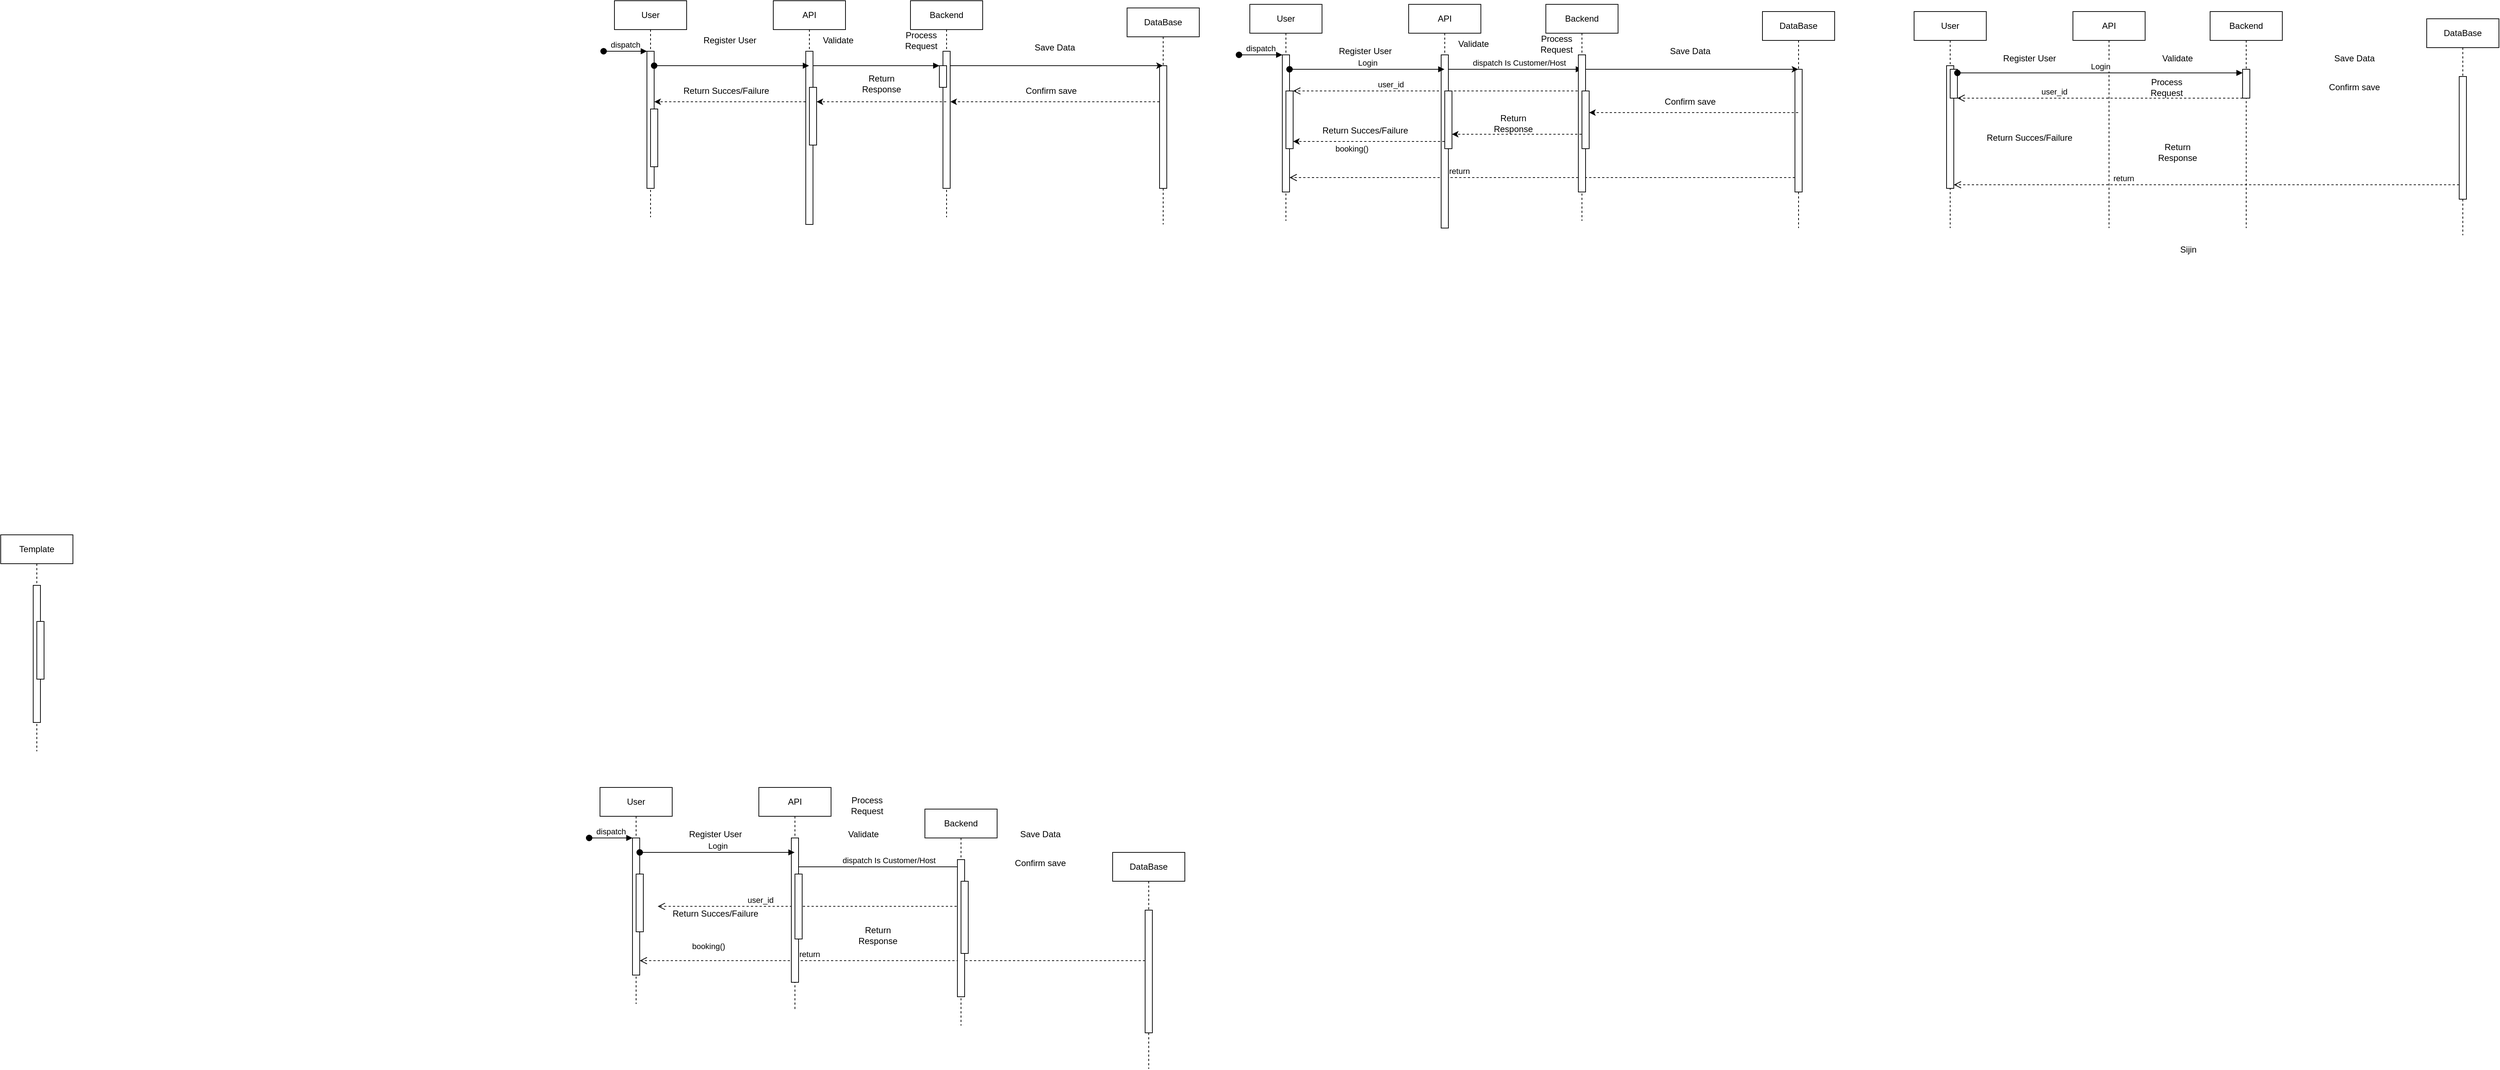
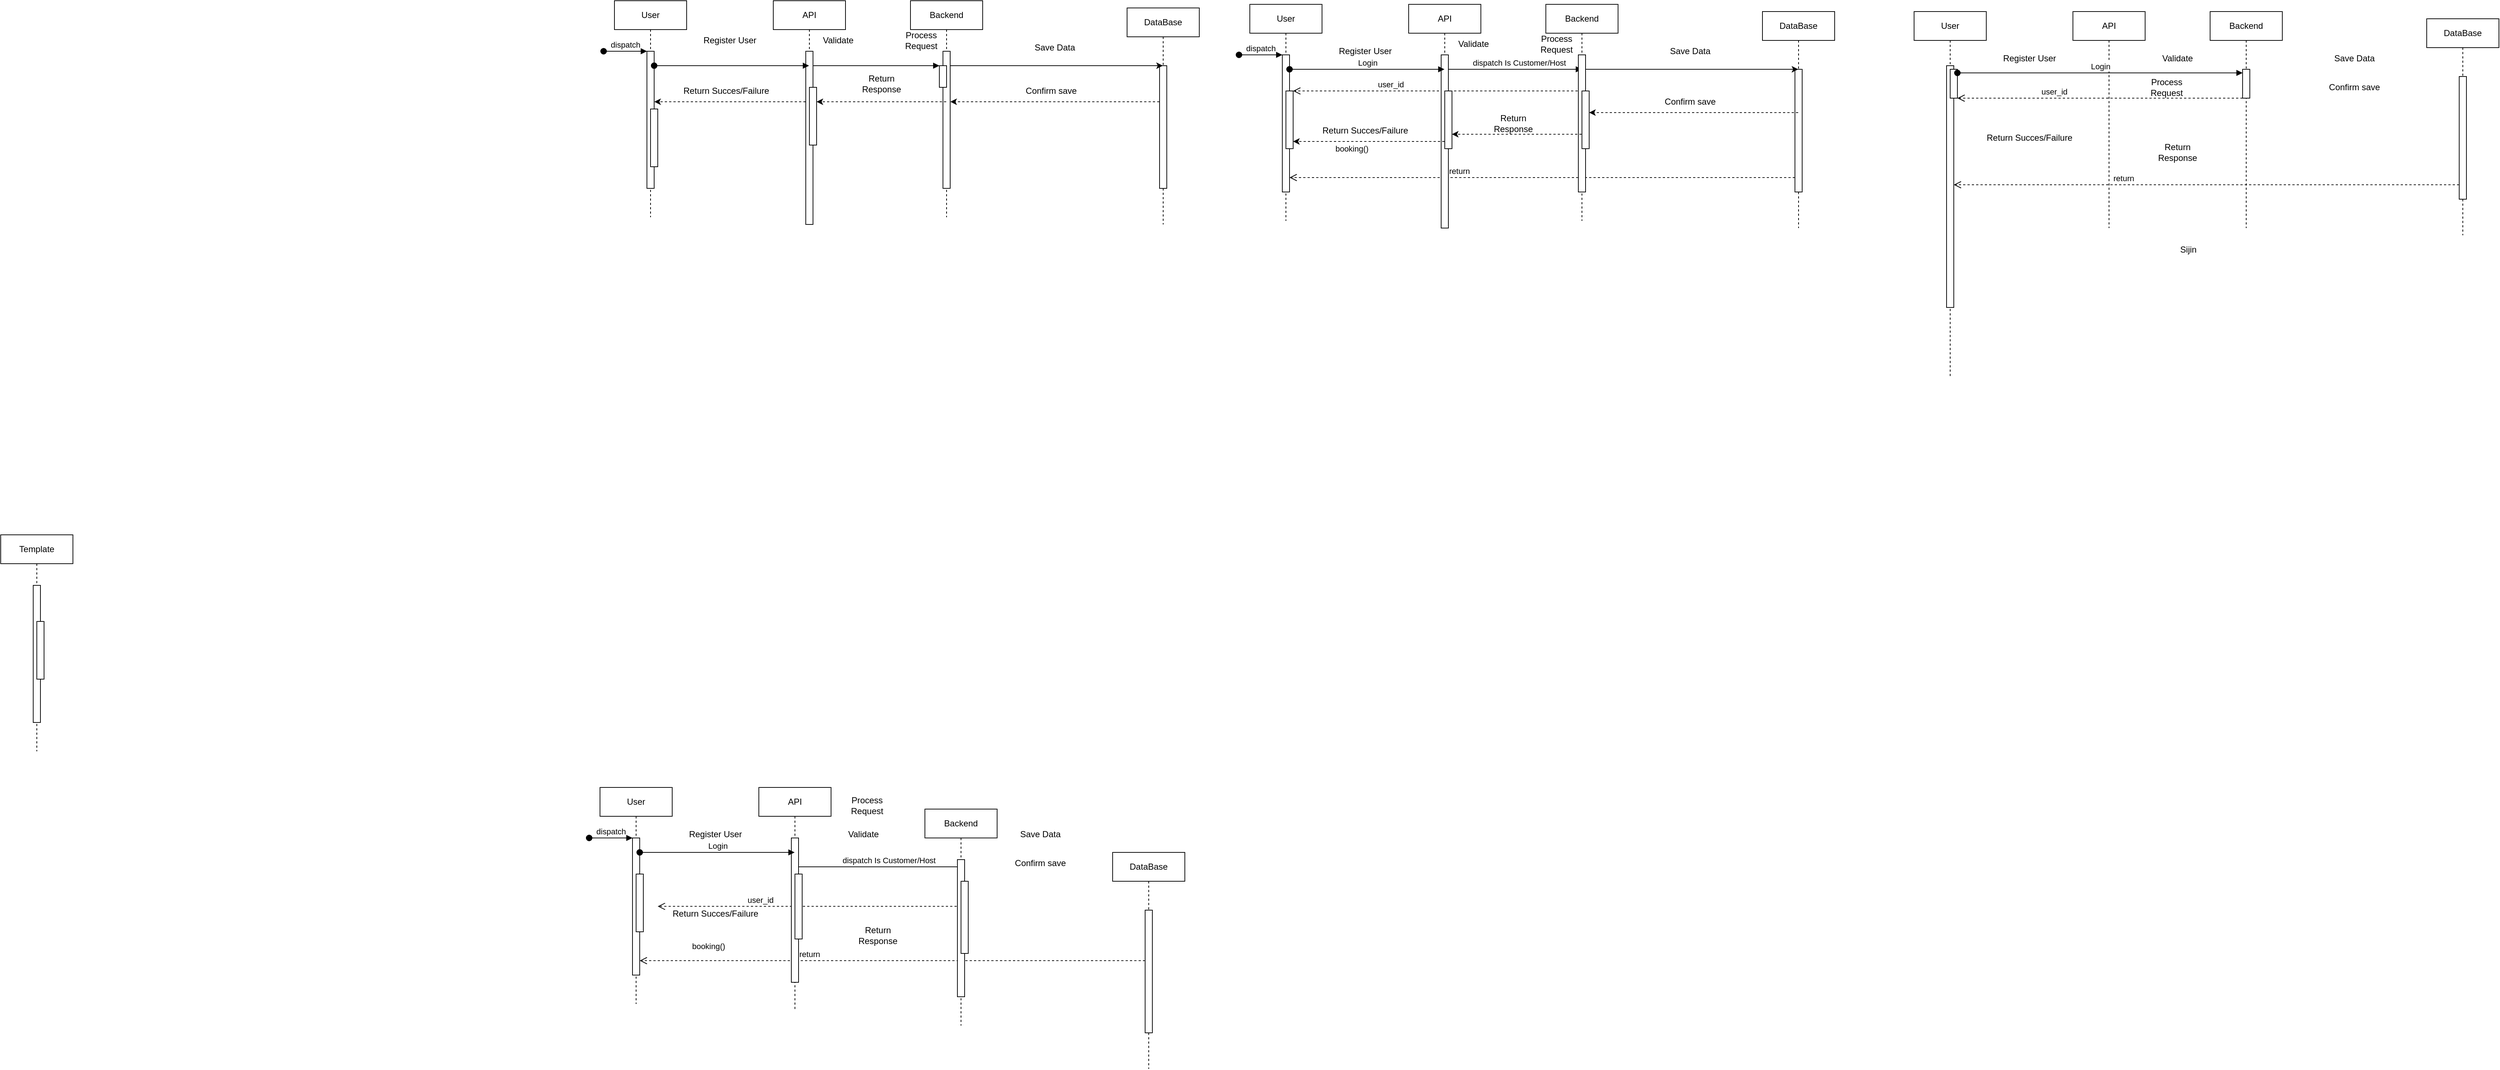
<mxfile host="app.diagrams.net" agent="5.0 (Macintosh; Intel Mac OS X 10_15_7) AppleWebKit/537.36 (KHTML, like Gecko) Chrome/109.0.0.0 Safari/537.36">
  <diagram name="Page-1" id="2YBvvXClWsGukQMizWep">
    <mxGraphModel dx="1541" dy="848" grid="1" gridSize="10" guides="1" tooltips="1" connect="1" arrows="1" fold="1" page="1" pageScale="1" pageWidth="850" pageHeight="1100" math="0" shadow="0">
      <root>
        <mxCell id="0" />
        <mxCell id="1" parent="0" />
        <mxCell id="aM9ryv3xv72pqoxQDRHE-1" parent="1" style="shape=umlLifeline;perimeter=lifelinePerimeter;whiteSpace=wrap;html=1;container=0;dropTarget=0;collapsible=0;recursiveResize=0;outlineConnect=0;portConstraint=eastwest;newEdgeStyle={&quot;edgeStyle&quot;:&quot;elbowEdgeStyle&quot;,&quot;elbow&quot;:&quot;vertical&quot;,&quot;curved&quot;:0,&quot;rounded&quot;:0};" value="User" vertex="1">
          <mxGeometry height="300" width="100" x="30" y="40" as="geometry" />
        </mxCell>
        <mxCell id="aM9ryv3xv72pqoxQDRHE-2" parent="aM9ryv3xv72pqoxQDRHE-1" style="html=1;points=[];perimeter=orthogonalPerimeter;outlineConnect=0;targetShapes=umlLifeline;portConstraint=eastwest;newEdgeStyle={&quot;edgeStyle&quot;:&quot;elbowEdgeStyle&quot;,&quot;elbow&quot;:&quot;vertical&quot;,&quot;curved&quot;:0,&quot;rounded&quot;:0};" value="" vertex="1">
          <mxGeometry height="190" width="10" x="45" y="70" as="geometry" />
        </mxCell>
        <mxCell id="aM9ryv3xv72pqoxQDRHE-3" edge="1" parent="aM9ryv3xv72pqoxQDRHE-1" style="html=1;verticalAlign=bottom;startArrow=oval;endArrow=block;startSize=8;edgeStyle=elbowEdgeStyle;elbow=vertical;curved=0;rounded=0;" target="aM9ryv3xv72pqoxQDRHE-2" value="dispatch">
          <mxGeometry relative="1" as="geometry">
            <mxPoint x="-15" y="70" as="sourcePoint" />
          </mxGeometry>
        </mxCell>
        <mxCell id="aM9ryv3xv72pqoxQDRHE-4" parent="aM9ryv3xv72pqoxQDRHE-1" style="html=1;points=[];perimeter=orthogonalPerimeter;outlineConnect=0;targetShapes=umlLifeline;portConstraint=eastwest;newEdgeStyle={&quot;edgeStyle&quot;:&quot;elbowEdgeStyle&quot;,&quot;elbow&quot;:&quot;vertical&quot;,&quot;curved&quot;:0,&quot;rounded&quot;:0};" value="" vertex="1">
          <mxGeometry height="80" width="10" x="50" y="150" as="geometry" />
        </mxCell>
        <mxCell id="aM9ryv3xv72pqoxQDRHE-5" parent="1" style="shape=umlLifeline;perimeter=lifelinePerimeter;whiteSpace=wrap;html=1;container=0;dropTarget=0;collapsible=0;recursiveResize=0;outlineConnect=0;portConstraint=eastwest;newEdgeStyle={&quot;edgeStyle&quot;:&quot;elbowEdgeStyle&quot;,&quot;elbow&quot;:&quot;vertical&quot;,&quot;curved&quot;:0,&quot;rounded&quot;:0};" value="DataBase" vertex="1">
          <mxGeometry height="300" width="100" x="740" y="50" as="geometry" />
        </mxCell>
        <mxCell id="aM9ryv3xv72pqoxQDRHE-6" parent="aM9ryv3xv72pqoxQDRHE-5" style="html=1;points=[];perimeter=orthogonalPerimeter;outlineConnect=0;targetShapes=umlLifeline;portConstraint=eastwest;newEdgeStyle={&quot;edgeStyle&quot;:&quot;elbowEdgeStyle&quot;,&quot;elbow&quot;:&quot;vertical&quot;,&quot;curved&quot;:0,&quot;rounded&quot;:0};" value="" vertex="1">
          <mxGeometry height="170" width="10" x="45" y="80" as="geometry" />
        </mxCell>
        <mxCell id="aM9ryv3xv72pqoxQDRHE-7" edge="1" parent="1" source="7Z1T8ZwHcXeBXznP6D7j-6" style="html=1;verticalAlign=bottom;endArrow=block;edgeStyle=elbowEdgeStyle;elbow=vertical;curved=0;rounded=0;" target="7Z1T8ZwHcXeBXznP6D7j-11" value="">
          <mxGeometry relative="1" x="0.0616" as="geometry">
            <mxPoint as="offset" />
            <Array as="points">
              <mxPoint x="440" y="130" />
            </Array>
            <mxPoint x="195" y="130" as="sourcePoint" />
            <mxPoint x="480" y="130" as="targetPoint" />
          </mxGeometry>
        </mxCell>
        <mxCell id="7Z1T8ZwHcXeBXznP6D7j-5" parent="1" style="shape=umlLifeline;perimeter=lifelinePerimeter;whiteSpace=wrap;html=1;container=0;dropTarget=0;collapsible=0;recursiveResize=0;outlineConnect=0;portConstraint=eastwest;newEdgeStyle={&quot;edgeStyle&quot;:&quot;elbowEdgeStyle&quot;,&quot;elbow&quot;:&quot;vertical&quot;,&quot;curved&quot;:0,&quot;rounded&quot;:0};" value="API" vertex="1">
          <mxGeometry height="300" width="100" x="250" y="40" as="geometry" />
        </mxCell>
        <mxCell id="7Z1T8ZwHcXeBXznP6D7j-6" parent="7Z1T8ZwHcXeBXznP6D7j-5" style="html=1;points=[];perimeter=orthogonalPerimeter;outlineConnect=0;targetShapes=umlLifeline;portConstraint=eastwest;newEdgeStyle={&quot;edgeStyle&quot;:&quot;elbowEdgeStyle&quot;,&quot;elbow&quot;:&quot;vertical&quot;,&quot;curved&quot;:0,&quot;rounded&quot;:0};" value="" vertex="1">
          <mxGeometry height="240" width="10" x="45" y="70" as="geometry" />
        </mxCell>
        <mxCell id="7Z1T8ZwHcXeBXznP6D7j-8" parent="7Z1T8ZwHcXeBXznP6D7j-5" style="html=1;points=[];perimeter=orthogonalPerimeter;outlineConnect=0;targetShapes=umlLifeline;portConstraint=eastwest;newEdgeStyle={&quot;edgeStyle&quot;:&quot;elbowEdgeStyle&quot;,&quot;elbow&quot;:&quot;vertical&quot;,&quot;curved&quot;:0,&quot;rounded&quot;:0};" value="" vertex="1">
          <mxGeometry height="80" width="10" x="50" y="120" as="geometry" />
        </mxCell>
        <mxCell id="7Z1T8ZwHcXeBXznP6D7j-9" parent="1" style="shape=umlLifeline;perimeter=lifelinePerimeter;whiteSpace=wrap;html=1;container=0;dropTarget=0;collapsible=0;recursiveResize=0;outlineConnect=0;portConstraint=eastwest;newEdgeStyle={&quot;edgeStyle&quot;:&quot;elbowEdgeStyle&quot;,&quot;elbow&quot;:&quot;vertical&quot;,&quot;curved&quot;:0,&quot;rounded&quot;:0};" value="&lt;div&gt;Backend&lt;/div&gt;" vertex="1">
          <mxGeometry height="300" width="100" x="440" y="40" as="geometry" />
        </mxCell>
        <mxCell id="7Z1T8ZwHcXeBXznP6D7j-10" parent="7Z1T8ZwHcXeBXznP6D7j-9" style="html=1;points=[];perimeter=orthogonalPerimeter;outlineConnect=0;targetShapes=umlLifeline;portConstraint=eastwest;newEdgeStyle={&quot;edgeStyle&quot;:&quot;elbowEdgeStyle&quot;,&quot;elbow&quot;:&quot;vertical&quot;,&quot;curved&quot;:0,&quot;rounded&quot;:0};" value="" vertex="1">
          <mxGeometry height="190" width="10" x="45" y="70" as="geometry" />
        </mxCell>
        <mxCell id="7Z1T8ZwHcXeBXznP6D7j-11" parent="7Z1T8ZwHcXeBXznP6D7j-9" style="html=1;points=[];perimeter=orthogonalPerimeter;outlineConnect=0;targetShapes=umlLifeline;portConstraint=eastwest;newEdgeStyle={&quot;edgeStyle&quot;:&quot;elbowEdgeStyle&quot;,&quot;elbow&quot;:&quot;vertical&quot;,&quot;curved&quot;:0,&quot;rounded&quot;:0};" value="" vertex="1">
          <mxGeometry height="30" width="10" x="40" y="90" as="geometry" />
        </mxCell>
        <mxCell id="7Z1T8ZwHcXeBXznP6D7j-12" parent="1" style="shape=umlLifeline;perimeter=lifelinePerimeter;whiteSpace=wrap;html=1;container=0;dropTarget=0;collapsible=0;recursiveResize=0;outlineConnect=0;portConstraint=eastwest;newEdgeStyle={&quot;edgeStyle&quot;:&quot;elbowEdgeStyle&quot;,&quot;elbow&quot;:&quot;vertical&quot;,&quot;curved&quot;:0,&quot;rounded&quot;:0};" value="Template" vertex="1">
          <mxGeometry height="300" width="100" x="-820" y="780" as="geometry" />
        </mxCell>
        <mxCell id="7Z1T8ZwHcXeBXznP6D7j-13" parent="7Z1T8ZwHcXeBXznP6D7j-12" style="html=1;points=[];perimeter=orthogonalPerimeter;outlineConnect=0;targetShapes=umlLifeline;portConstraint=eastwest;newEdgeStyle={&quot;edgeStyle&quot;:&quot;elbowEdgeStyle&quot;,&quot;elbow&quot;:&quot;vertical&quot;,&quot;curved&quot;:0,&quot;rounded&quot;:0};" value="" vertex="1">
          <mxGeometry height="190" width="10" x="45" y="70" as="geometry" />
        </mxCell>
        <mxCell id="7Z1T8ZwHcXeBXznP6D7j-14" parent="7Z1T8ZwHcXeBXznP6D7j-12" style="html=1;points=[];perimeter=orthogonalPerimeter;outlineConnect=0;targetShapes=umlLifeline;portConstraint=eastwest;newEdgeStyle={&quot;edgeStyle&quot;:&quot;elbowEdgeStyle&quot;,&quot;elbow&quot;:&quot;vertical&quot;,&quot;curved&quot;:0,&quot;rounded&quot;:0};" value="" vertex="1">
          <mxGeometry height="80" width="10" x="50" y="120" as="geometry" />
        </mxCell>
        <mxCell id="7Z1T8ZwHcXeBXznP6D7j-18" edge="1" parent="1" style="html=1;verticalAlign=bottom;startArrow=oval;endArrow=block;startSize=8;edgeStyle=elbowEdgeStyle;elbow=vertical;curved=0;rounded=0;" target="7Z1T8ZwHcXeBXznP6D7j-5" value="">
          <mxGeometry relative="1" x="-0.3939" y="10" as="geometry">
            <mxPoint as="offset" />
            <mxPoint x="85" y="130" as="sourcePoint" />
            <mxPoint x="150" y="130" as="targetPoint" />
          </mxGeometry>
        </mxCell>
        <mxCell id="D9VVy2PClrj1YHKQl20F-1" parent="1" style="text;html=1;whiteSpace=wrap;strokeColor=none;fillColor=none;align=center;verticalAlign=middle;rounded=0;" value="Register User" vertex="1">
          <mxGeometry height="30" width="100" x="140" y="80" as="geometry" />
        </mxCell>
        <mxCell id="D9VVy2PClrj1YHKQl20F-2" parent="1" style="text;html=1;whiteSpace=wrap;strokeColor=none;fillColor=none;align=center;verticalAlign=middle;rounded=0;" value="Validate" vertex="1">
          <mxGeometry height="30" width="60" x="310" y="80" as="geometry" />
        </mxCell>
        <mxCell id="D9VVy2PClrj1YHKQl20F-3" parent="1" style="text;html=1;whiteSpace=wrap;strokeColor=none;fillColor=none;align=center;verticalAlign=middle;rounded=0;" value="Process Request" vertex="1">
          <mxGeometry height="30" width="60" x="425" y="80" as="geometry" />
        </mxCell>
        <mxCell id="I_nbtK1dwFWHWanF6EMp-1" parent="1" style="text;html=1;whiteSpace=wrap;strokeColor=none;fillColor=none;align=center;verticalAlign=middle;rounded=0;" value="Save Data" vertex="1">
          <mxGeometry height="30" width="60" x="610" y="90" as="geometry" />
        </mxCell>
        <mxCell id="I_nbtK1dwFWHWanF6EMp-2" parent="1" style="text;html=1;whiteSpace=wrap;strokeColor=none;fillColor=none;align=center;verticalAlign=middle;rounded=0;" value="Confirm save" vertex="1">
          <mxGeometry height="30" width="80" x="595.25" y="150" as="geometry" />
        </mxCell>
        <mxCell id="I_nbtK1dwFWHWanF6EMp-3" parent="1" style="text;html=1;whiteSpace=wrap;strokeColor=none;fillColor=none;align=center;verticalAlign=middle;rounded=0;" value="Return Response" vertex="1">
          <mxGeometry height="30" width="60" x="370" y="140" as="geometry" />
        </mxCell>
        <mxCell id="I_nbtK1dwFWHWanF6EMp-4" parent="1" style="text;html=1;whiteSpace=wrap;strokeColor=none;fillColor=none;align=center;verticalAlign=middle;rounded=0;" value="Return Succes/Failure" vertex="1">
          <mxGeometry height="30" width="140" x="115.25" y="150" as="geometry" />
        </mxCell>
        <mxCell id="7Z1T8ZwHcXeBXznP6D7j-20" parent="1" style="shape=umlLifeline;perimeter=lifelinePerimeter;whiteSpace=wrap;html=1;container=0;dropTarget=0;collapsible=0;recursiveResize=0;outlineConnect=0;portConstraint=eastwest;newEdgeStyle={&quot;edgeStyle&quot;:&quot;elbowEdgeStyle&quot;,&quot;elbow&quot;:&quot;vertical&quot;,&quot;curved&quot;:0,&quot;rounded&quot;:0};" value="User" vertex="1">
          <mxGeometry height="300" width="100" x="10" y="1130" as="geometry" />
        </mxCell>
        <mxCell id="7Z1T8ZwHcXeBXznP6D7j-21" parent="7Z1T8ZwHcXeBXznP6D7j-20" style="html=1;points=[];perimeter=orthogonalPerimeter;outlineConnect=0;targetShapes=umlLifeline;portConstraint=eastwest;newEdgeStyle={&quot;edgeStyle&quot;:&quot;elbowEdgeStyle&quot;,&quot;elbow&quot;:&quot;vertical&quot;,&quot;curved&quot;:0,&quot;rounded&quot;:0};" value="" vertex="1">
          <mxGeometry height="190" width="10" x="45" y="70" as="geometry" />
        </mxCell>
        <mxCell id="7Z1T8ZwHcXeBXznP6D7j-22" edge="1" parent="7Z1T8ZwHcXeBXznP6D7j-20" style="html=1;verticalAlign=bottom;startArrow=oval;endArrow=block;startSize=8;edgeStyle=elbowEdgeStyle;elbow=vertical;curved=0;rounded=0;" target="7Z1T8ZwHcXeBXznP6D7j-21" value="dispatch">
          <mxGeometry relative="1" as="geometry">
            <mxPoint x="-15" y="70" as="sourcePoint" />
          </mxGeometry>
        </mxCell>
        <mxCell id="7Z1T8ZwHcXeBXznP6D7j-23" parent="7Z1T8ZwHcXeBXznP6D7j-20" style="html=1;points=[];perimeter=orthogonalPerimeter;outlineConnect=0;targetShapes=umlLifeline;portConstraint=eastwest;newEdgeStyle={&quot;edgeStyle&quot;:&quot;elbowEdgeStyle&quot;,&quot;elbow&quot;:&quot;vertical&quot;,&quot;curved&quot;:0,&quot;rounded&quot;:0};" value="" vertex="1">
          <mxGeometry height="80" width="10" x="50" y="120" as="geometry" />
        </mxCell>
        <mxCell id="_QFFP_39c0ER-aZENGy8-1" edge="1" parent="1" source="7Z1T8ZwHcXeBXznP6D7j-10" style="endArrow=classic;html=1;rounded=0;" target="aM9ryv3xv72pqoxQDRHE-5" value="">
          <mxGeometry height="50" relative="1" width="50" as="geometry">
            <Array as="points">
              <mxPoint x="650" y="130" />
            </Array>
            <mxPoint x="490" y="170" as="sourcePoint" />
            <mxPoint x="540" y="120" as="targetPoint" />
          </mxGeometry>
        </mxCell>
        <mxCell id="7Z1T8ZwHcXeBXznP6D7j-24" parent="1" style="shape=umlLifeline;perimeter=lifelinePerimeter;whiteSpace=wrap;html=1;container=0;dropTarget=0;collapsible=0;recursiveResize=0;outlineConnect=0;portConstraint=eastwest;newEdgeStyle={&quot;edgeStyle&quot;:&quot;elbowEdgeStyle&quot;,&quot;elbow&quot;:&quot;vertical&quot;,&quot;curved&quot;:0,&quot;rounded&quot;:0};" value="DataBase" vertex="1">
          <mxGeometry height="300" width="100" x="720" y="1220" as="geometry" />
        </mxCell>
        <mxCell id="7Z1T8ZwHcXeBXznP6D7j-25" parent="7Z1T8ZwHcXeBXznP6D7j-24" style="html=1;points=[];perimeter=orthogonalPerimeter;outlineConnect=0;targetShapes=umlLifeline;portConstraint=eastwest;newEdgeStyle={&quot;edgeStyle&quot;:&quot;elbowEdgeStyle&quot;,&quot;elbow&quot;:&quot;vertical&quot;,&quot;curved&quot;:0,&quot;rounded&quot;:0};" value="" vertex="1">
          <mxGeometry height="170" width="10" x="45" y="80" as="geometry" />
        </mxCell>
        <mxCell id="_QFFP_39c0ER-aZENGy8-2" edge="1" parent="1" style="endArrow=classic;html=1;rounded=0;dashed=1;" value="">
          <mxGeometry height="50" relative="1" width="50" as="geometry">
            <Array as="points">
              <mxPoint x="635.25" y="180" />
            </Array>
            <mxPoint x="784.75" y="179.9999999999999" as="sourcePoint" />
            <mxPoint x="495.25" y="179.9999999999999" as="targetPoint" />
          </mxGeometry>
        </mxCell>
        <mxCell id="7Z1T8ZwHcXeBXznP6D7j-26" edge="1" parent="1" source="7Z1T8ZwHcXeBXznP6D7j-31" style="html=1;verticalAlign=bottom;endArrow=block;edgeStyle=elbowEdgeStyle;elbow=vertical;curved=0;rounded=0;entryX=0.5;entryY=0.105;entryDx=0;entryDy=0;entryPerimeter=0;" target="7Z1T8ZwHcXeBXznP6D7j-34" value="dispatch Is Customer/Host">
          <mxGeometry relative="1" x="0.0616" as="geometry">
            <mxPoint as="offset" />
            <Array as="points">
              <mxPoint x="460" y="1240" />
            </Array>
            <mxPoint x="175" y="1220" as="sourcePoint" />
            <mxPoint x="460" y="1220" as="targetPoint" />
          </mxGeometry>
        </mxCell>
        <mxCell id="7Z1T8ZwHcXeBXznP6D7j-27" connectable="0" parent="7Z1T8ZwHcXeBXznP6D7j-26" style="edgeLabel;html=1;align=center;verticalAlign=middle;resizable=0;points=[];" value="booking()" vertex="1">
          <mxGeometry relative="1" x="-0.6283" y="3" as="geometry">
            <mxPoint x="-169" y="113" as="offset" />
          </mxGeometry>
        </mxCell>
        <mxCell id="_QFFP_39c0ER-aZENGy8-3" edge="1" parent="1" style="endArrow=classic;html=1;rounded=0;dashed=1;" value="">
          <mxGeometry height="50" relative="1" width="50" as="geometry">
            <Array as="points">
              <mxPoint x="400" y="180" />
            </Array>
            <mxPoint x="489.5" y="179.9999999999999" as="sourcePoint" />
            <mxPoint x="310" y="179.9999999999999" as="targetPoint" />
          </mxGeometry>
        </mxCell>
        <mxCell id="7Z1T8ZwHcXeBXznP6D7j-28" edge="1" parent="1" source="7Z1T8ZwHcXeBXznP6D7j-25" style="html=1;verticalAlign=bottom;endArrow=open;dashed=1;endSize=8;edgeStyle=elbowEdgeStyle;elbow=vertical;curved=0;rounded=0;" target="7Z1T8ZwHcXeBXznP6D7j-21" value="return">
          <mxGeometry relative="1" x="0.3286" as="geometry">
            <mxPoint as="offset" />
            <Array as="points">
              <mxPoint x="170" y="1370" />
            </Array>
            <mxPoint x="175" y="1295" as="targetPoint" />
          </mxGeometry>
        </mxCell>
        <mxCell id="_QFFP_39c0ER-aZENGy8-4" edge="1" parent="1" style="endArrow=classic;html=1;rounded=0;dashed=1;" value="">
          <mxGeometry height="50" relative="1" width="50" as="geometry">
            <Array as="points">
              <mxPoint x="195.25" y="180" />
            </Array>
            <mxPoint x="294.75" y="179.9999999999999" as="sourcePoint" />
            <mxPoint x="85.25" y="179.9999999999999" as="targetPoint" />
          </mxGeometry>
        </mxCell>
        <mxCell id="7Z1T8ZwHcXeBXznP6D7j-29" edge="1" parent="1" style="html=1;verticalAlign=bottom;endArrow=open;dashed=1;endSize=8;edgeStyle=elbowEdgeStyle;elbow=vertical;curved=0;rounded=0;" value="user_id">
          <mxGeometry relative="1" x="0.325" as="geometry">
            <mxPoint as="offset" />
            <Array as="points">
              <mxPoint x="450" y="1294.76" />
            </Array>
            <mxPoint x="510" y="1294.76" as="sourcePoint" />
            <mxPoint x="90" y="1294.76" as="targetPoint" />
          </mxGeometry>
        </mxCell>
        <mxCell id="_QFFP_39c0ER-aZENGy8-33" parent="1" style="shape=umlLifeline;perimeter=lifelinePerimeter;whiteSpace=wrap;html=1;container=0;dropTarget=0;collapsible=0;recursiveResize=0;outlineConnect=0;portConstraint=eastwest;newEdgeStyle={&quot;edgeStyle&quot;:&quot;elbowEdgeStyle&quot;,&quot;elbow&quot;:&quot;vertical&quot;,&quot;curved&quot;:0,&quot;rounded&quot;:0};" value="User" vertex="1">
          <mxGeometry height="300" width="100" x="910" y="45" as="geometry" />
        </mxCell>
        <mxCell id="_QFFP_39c0ER-aZENGy8-34" parent="_QFFP_39c0ER-aZENGy8-33" style="html=1;points=[];perimeter=orthogonalPerimeter;outlineConnect=0;targetShapes=umlLifeline;portConstraint=eastwest;newEdgeStyle={&quot;edgeStyle&quot;:&quot;elbowEdgeStyle&quot;,&quot;elbow&quot;:&quot;vertical&quot;,&quot;curved&quot;:0,&quot;rounded&quot;:0};" value="" vertex="1">
          <mxGeometry height="190" width="10" x="45" y="70" as="geometry" />
        </mxCell>
        <mxCell id="_QFFP_39c0ER-aZENGy8-35" edge="1" parent="_QFFP_39c0ER-aZENGy8-33" style="html=1;verticalAlign=bottom;startArrow=oval;endArrow=block;startSize=8;edgeStyle=elbowEdgeStyle;elbow=vertical;curved=0;rounded=0;" target="_QFFP_39c0ER-aZENGy8-34" value="dispatch">
          <mxGeometry relative="1" as="geometry">
            <mxPoint x="-15" y="70" as="sourcePoint" />
          </mxGeometry>
        </mxCell>
        <mxCell id="_QFFP_39c0ER-aZENGy8-36" parent="_QFFP_39c0ER-aZENGy8-33" style="html=1;points=[];perimeter=orthogonalPerimeter;outlineConnect=0;targetShapes=umlLifeline;portConstraint=eastwest;newEdgeStyle={&quot;edgeStyle&quot;:&quot;elbowEdgeStyle&quot;,&quot;elbow&quot;:&quot;vertical&quot;,&quot;curved&quot;:0,&quot;rounded&quot;:0};" value="" vertex="1">
          <mxGeometry height="80" width="10" x="50" y="120" as="geometry" />
        </mxCell>
        <mxCell id="7Z1T8ZwHcXeBXznP6D7j-30" parent="1" style="shape=umlLifeline;perimeter=lifelinePerimeter;whiteSpace=wrap;html=1;container=0;dropTarget=0;collapsible=0;recursiveResize=0;outlineConnect=0;portConstraint=eastwest;newEdgeStyle={&quot;edgeStyle&quot;:&quot;elbowEdgeStyle&quot;,&quot;elbow&quot;:&quot;vertical&quot;,&quot;curved&quot;:0,&quot;rounded&quot;:0};" value="API" vertex="1">
          <mxGeometry height="310" width="100" x="230" y="1130" as="geometry" />
        </mxCell>
        <mxCell id="7Z1T8ZwHcXeBXznP6D7j-31" parent="7Z1T8ZwHcXeBXznP6D7j-30" style="html=1;points=[];perimeter=orthogonalPerimeter;outlineConnect=0;targetShapes=umlLifeline;portConstraint=eastwest;newEdgeStyle={&quot;edgeStyle&quot;:&quot;elbowEdgeStyle&quot;,&quot;elbow&quot;:&quot;vertical&quot;,&quot;curved&quot;:0,&quot;rounded&quot;:0};" value="" vertex="1">
          <mxGeometry height="200" width="10" x="45" y="70" as="geometry" />
        </mxCell>
        <mxCell id="7Z1T8ZwHcXeBXznP6D7j-32" parent="7Z1T8ZwHcXeBXznP6D7j-30" style="html=1;points=[];perimeter=orthogonalPerimeter;outlineConnect=0;targetShapes=umlLifeline;portConstraint=eastwest;newEdgeStyle={&quot;edgeStyle&quot;:&quot;elbowEdgeStyle&quot;,&quot;elbow&quot;:&quot;vertical&quot;,&quot;curved&quot;:0,&quot;rounded&quot;:0};" value="" vertex="1">
          <mxGeometry height="90" width="10" x="50" y="120" as="geometry" />
        </mxCell>
        <mxCell id="_QFFP_39c0ER-aZENGy8-37" parent="1" style="shape=umlLifeline;perimeter=lifelinePerimeter;whiteSpace=wrap;html=1;container=0;dropTarget=0;collapsible=0;recursiveResize=0;outlineConnect=0;portConstraint=eastwest;newEdgeStyle={&quot;edgeStyle&quot;:&quot;elbowEdgeStyle&quot;,&quot;elbow&quot;:&quot;vertical&quot;,&quot;curved&quot;:0,&quot;rounded&quot;:0};" value="DataBase" vertex="1">
          <mxGeometry height="300" width="100" x="1620" y="55" as="geometry" />
        </mxCell>
        <mxCell id="_QFFP_39c0ER-aZENGy8-38" parent="_QFFP_39c0ER-aZENGy8-37" style="html=1;points=[];perimeter=orthogonalPerimeter;outlineConnect=0;targetShapes=umlLifeline;portConstraint=eastwest;newEdgeStyle={&quot;edgeStyle&quot;:&quot;elbowEdgeStyle&quot;,&quot;elbow&quot;:&quot;vertical&quot;,&quot;curved&quot;:0,&quot;rounded&quot;:0};" value="" vertex="1">
          <mxGeometry height="170" width="10" x="45" y="80" as="geometry" />
        </mxCell>
        <mxCell id="7Z1T8ZwHcXeBXznP6D7j-33" parent="1" style="shape=umlLifeline;perimeter=lifelinePerimeter;whiteSpace=wrap;html=1;container=0;dropTarget=0;collapsible=0;recursiveResize=0;outlineConnect=0;portConstraint=eastwest;newEdgeStyle={&quot;edgeStyle&quot;:&quot;elbowEdgeStyle&quot;,&quot;elbow&quot;:&quot;vertical&quot;,&quot;curved&quot;:0,&quot;rounded&quot;:0};" value="&lt;div&gt;Backend&lt;/div&gt;" vertex="1">
          <mxGeometry height="300" width="100" x="460" y="1160" as="geometry" />
        </mxCell>
        <mxCell id="7Z1T8ZwHcXeBXznP6D7j-34" parent="7Z1T8ZwHcXeBXznP6D7j-33" style="html=1;points=[];perimeter=orthogonalPerimeter;outlineConnect=0;targetShapes=umlLifeline;portConstraint=eastwest;newEdgeStyle={&quot;edgeStyle&quot;:&quot;elbowEdgeStyle&quot;,&quot;elbow&quot;:&quot;vertical&quot;,&quot;curved&quot;:0,&quot;rounded&quot;:0};" value="" vertex="1">
          <mxGeometry height="190" width="10" x="45" y="70" as="geometry" />
        </mxCell>
        <mxCell id="7Z1T8ZwHcXeBXznP6D7j-35" parent="7Z1T8ZwHcXeBXznP6D7j-33" style="html=1;points=[];perimeter=orthogonalPerimeter;outlineConnect=0;targetShapes=umlLifeline;portConstraint=eastwest;newEdgeStyle={&quot;edgeStyle&quot;:&quot;elbowEdgeStyle&quot;,&quot;elbow&quot;:&quot;vertical&quot;,&quot;curved&quot;:0,&quot;rounded&quot;:0};" value="" vertex="1">
          <mxGeometry height="100" width="10" x="50" y="100" as="geometry" />
        </mxCell>
        <mxCell id="_QFFP_39c0ER-aZENGy8-39" edge="1" parent="1" source="_QFFP_39c0ER-aZENGy8-44" style="html=1;verticalAlign=bottom;endArrow=block;edgeStyle=elbowEdgeStyle;elbow=vertical;curved=0;rounded=0;entryX=0.5;entryY=0.105;entryDx=0;entryDy=0;entryPerimeter=0;" target="_QFFP_39c0ER-aZENGy8-47" value="dispatch Is Customer/Host">
          <mxGeometry relative="1" x="0.0616" as="geometry">
            <mxPoint as="offset" />
            <Array as="points">
              <mxPoint x="1320" y="135" />
            </Array>
            <mxPoint x="1075" y="135" as="sourcePoint" />
            <mxPoint x="1360" y="135" as="targetPoint" />
          </mxGeometry>
        </mxCell>
        <mxCell id="_QFFP_39c0ER-aZENGy8-40" connectable="0" parent="_QFFP_39c0ER-aZENGy8-39" style="edgeLabel;html=1;align=center;verticalAlign=middle;resizable=0;points=[];" value="booking()" vertex="1">
          <mxGeometry relative="1" x="-0.6283" y="3" as="geometry">
            <mxPoint x="-169" y="113" as="offset" />
          </mxGeometry>
        </mxCell>
        <mxCell id="7Z1T8ZwHcXeBXznP6D7j-36" edge="1" parent="1" style="html=1;verticalAlign=bottom;startArrow=oval;endArrow=block;startSize=8;edgeStyle=elbowEdgeStyle;elbow=vertical;curved=0;rounded=0;" target="7Z1T8ZwHcXeBXznP6D7j-30" value="Login">
          <mxGeometry relative="1" as="geometry">
            <mxPoint x="65" y="1220" as="sourcePoint" />
            <mxPoint x="130" y="1220" as="targetPoint" />
          </mxGeometry>
        </mxCell>
        <mxCell id="_QFFP_39c0ER-aZENGy8-41" edge="1" parent="1" source="_QFFP_39c0ER-aZENGy8-38" style="html=1;verticalAlign=bottom;endArrow=open;dashed=1;endSize=8;edgeStyle=elbowEdgeStyle;elbow=vertical;curved=0;rounded=0;" target="_QFFP_39c0ER-aZENGy8-34" value="return">
          <mxGeometry relative="1" x="0.3286" as="geometry">
            <mxPoint as="offset" />
            <Array as="points">
              <mxPoint x="1070" y="285" />
            </Array>
            <mxPoint x="1075" y="210" as="targetPoint" />
          </mxGeometry>
        </mxCell>
        <mxCell id="7Z1T8ZwHcXeBXznP6D7j-37" parent="1" style="text;html=1;whiteSpace=wrap;strokeColor=none;fillColor=none;align=center;verticalAlign=middle;rounded=0;" value="Register User" vertex="1">
          <mxGeometry height="30" width="100" x="120" y="1180" as="geometry" />
        </mxCell>
        <mxCell id="_QFFP_39c0ER-aZENGy8-42" edge="1" parent="1" source="_QFFP_39c0ER-aZENGy8-48" style="html=1;verticalAlign=bottom;endArrow=open;dashed=1;endSize=8;edgeStyle=elbowEdgeStyle;elbow=vertical;curved=0;rounded=0;" target="_QFFP_39c0ER-aZENGy8-36" value="user_id">
          <mxGeometry relative="1" x="0.325" as="geometry">
            <mxPoint as="offset" />
            <Array as="points">
              <mxPoint x="1330" y="165" />
            </Array>
            <mxPoint x="1430" y="165" as="sourcePoint" />
            <mxPoint x="1020" y="165" as="targetPoint" />
          </mxGeometry>
        </mxCell>
        <mxCell id="7Z1T8ZwHcXeBXznP6D7j-38" parent="1" style="text;html=1;whiteSpace=wrap;strokeColor=none;fillColor=none;align=center;verticalAlign=middle;rounded=0;" value="Validate" vertex="1">
          <mxGeometry height="30" width="60" x="345" y="1180" as="geometry" />
        </mxCell>
        <mxCell id="_QFFP_39c0ER-aZENGy8-43" parent="1" style="shape=umlLifeline;perimeter=lifelinePerimeter;whiteSpace=wrap;html=1;container=0;dropTarget=0;collapsible=0;recursiveResize=0;outlineConnect=0;portConstraint=eastwest;newEdgeStyle={&quot;edgeStyle&quot;:&quot;elbowEdgeStyle&quot;,&quot;elbow&quot;:&quot;vertical&quot;,&quot;curved&quot;:0,&quot;rounded&quot;:0};" value="API" vertex="1">
          <mxGeometry height="300" width="100" x="1130" y="45" as="geometry" />
        </mxCell>
        <mxCell id="_QFFP_39c0ER-aZENGy8-44" parent="_QFFP_39c0ER-aZENGy8-43" style="html=1;points=[];perimeter=orthogonalPerimeter;outlineConnect=0;targetShapes=umlLifeline;portConstraint=eastwest;newEdgeStyle={&quot;edgeStyle&quot;:&quot;elbowEdgeStyle&quot;,&quot;elbow&quot;:&quot;vertical&quot;,&quot;curved&quot;:0,&quot;rounded&quot;:0};" value="" vertex="1">
          <mxGeometry height="240" width="10" x="45" y="70" as="geometry" />
        </mxCell>
        <mxCell id="_QFFP_39c0ER-aZENGy8-45" parent="_QFFP_39c0ER-aZENGy8-43" style="html=1;points=[];perimeter=orthogonalPerimeter;outlineConnect=0;targetShapes=umlLifeline;portConstraint=eastwest;newEdgeStyle={&quot;edgeStyle&quot;:&quot;elbowEdgeStyle&quot;,&quot;elbow&quot;:&quot;vertical&quot;,&quot;curved&quot;:0,&quot;rounded&quot;:0};" value="" vertex="1">
          <mxGeometry height="80" width="10" x="50" y="120" as="geometry" />
        </mxCell>
        <mxCell id="7Z1T8ZwHcXeBXznP6D7j-39" parent="1" style="text;html=1;whiteSpace=wrap;strokeColor=none;fillColor=none;align=center;verticalAlign=middle;rounded=0;" value="Process Request" vertex="1">
          <mxGeometry height="30" width="60" x="350" y="1140" as="geometry" />
        </mxCell>
        <mxCell id="_QFFP_39c0ER-aZENGy8-46" parent="1" style="shape=umlLifeline;perimeter=lifelinePerimeter;whiteSpace=wrap;html=1;container=0;dropTarget=0;collapsible=0;recursiveResize=0;outlineConnect=0;portConstraint=eastwest;newEdgeStyle={&quot;edgeStyle&quot;:&quot;elbowEdgeStyle&quot;,&quot;elbow&quot;:&quot;vertical&quot;,&quot;curved&quot;:0,&quot;rounded&quot;:0};" value="&lt;div&gt;Backend&lt;/div&gt;" vertex="1">
          <mxGeometry height="300" width="100" x="1320" y="45" as="geometry" />
        </mxCell>
        <mxCell id="_QFFP_39c0ER-aZENGy8-47" parent="_QFFP_39c0ER-aZENGy8-46" style="html=1;points=[];perimeter=orthogonalPerimeter;outlineConnect=0;targetShapes=umlLifeline;portConstraint=eastwest;newEdgeStyle={&quot;edgeStyle&quot;:&quot;elbowEdgeStyle&quot;,&quot;elbow&quot;:&quot;vertical&quot;,&quot;curved&quot;:0,&quot;rounded&quot;:0};" value="" vertex="1">
          <mxGeometry height="190" width="10" x="45" y="70" as="geometry" />
        </mxCell>
        <mxCell id="_QFFP_39c0ER-aZENGy8-48" parent="_QFFP_39c0ER-aZENGy8-46" style="html=1;points=[];perimeter=orthogonalPerimeter;outlineConnect=0;targetShapes=umlLifeline;portConstraint=eastwest;newEdgeStyle={&quot;edgeStyle&quot;:&quot;elbowEdgeStyle&quot;,&quot;elbow&quot;:&quot;vertical&quot;,&quot;curved&quot;:0,&quot;rounded&quot;:0};" value="" vertex="1">
          <mxGeometry height="80" width="10" x="50" y="120" as="geometry" />
        </mxCell>
        <mxCell id="7Z1T8ZwHcXeBXznP6D7j-40" parent="1" style="text;html=1;whiteSpace=wrap;strokeColor=none;fillColor=none;align=center;verticalAlign=middle;rounded=0;" value="Save Data" vertex="1">
          <mxGeometry height="30" width="60" x="590" y="1180" as="geometry" />
        </mxCell>
        <mxCell id="_QFFP_39c0ER-aZENGy8-49" edge="1" parent="1" style="html=1;verticalAlign=bottom;startArrow=oval;endArrow=block;startSize=8;edgeStyle=elbowEdgeStyle;elbow=vertical;curved=0;rounded=0;" target="_QFFP_39c0ER-aZENGy8-43" value="Login">
          <mxGeometry relative="1" as="geometry">
            <mxPoint x="965" y="135" as="sourcePoint" />
            <mxPoint x="1030" y="135" as="targetPoint" />
          </mxGeometry>
        </mxCell>
        <mxCell id="7Z1T8ZwHcXeBXznP6D7j-41" parent="1" style="text;html=1;whiteSpace=wrap;strokeColor=none;fillColor=none;align=center;verticalAlign=middle;rounded=0;" value="Confirm save" vertex="1">
          <mxGeometry height="30" width="80" x="580" y="1220" as="geometry" />
        </mxCell>
        <mxCell id="_QFFP_39c0ER-aZENGy8-50" parent="1" style="text;html=1;whiteSpace=wrap;strokeColor=none;fillColor=none;align=center;verticalAlign=middle;rounded=0;" value="Register User" vertex="1">
          <mxGeometry height="30" width="100" x="1020" y="95" as="geometry" />
        </mxCell>
        <mxCell id="7Z1T8ZwHcXeBXznP6D7j-42" parent="1" style="text;html=1;whiteSpace=wrap;strokeColor=none;fillColor=none;align=center;verticalAlign=middle;rounded=0;" value="Return Response" vertex="1">
          <mxGeometry height="30" width="60" x="365" y="1320" as="geometry" />
        </mxCell>
        <mxCell id="_QFFP_39c0ER-aZENGy8-51" parent="1" style="text;html=1;whiteSpace=wrap;strokeColor=none;fillColor=none;align=center;verticalAlign=middle;rounded=0;" value="Validate" vertex="1">
          <mxGeometry height="30" width="60" x="1190" y="85" as="geometry" />
        </mxCell>
        <mxCell id="7Z1T8ZwHcXeBXznP6D7j-43" parent="1" style="text;html=1;whiteSpace=wrap;strokeColor=none;fillColor=none;align=center;verticalAlign=middle;rounded=0;" value="Return Succes/Failure" vertex="1">
          <mxGeometry height="30" width="140" x="100" y="1290" as="geometry" />
        </mxCell>
        <mxCell id="_QFFP_39c0ER-aZENGy8-52" parent="1" style="text;html=1;whiteSpace=wrap;strokeColor=none;fillColor=none;align=center;verticalAlign=middle;rounded=0;" value="Process Request" vertex="1">
          <mxGeometry height="30" width="60" x="1305" y="85" as="geometry" />
        </mxCell>
        <mxCell id="_QFFP_39c0ER-aZENGy8-53" parent="1" style="text;html=1;whiteSpace=wrap;strokeColor=none;fillColor=none;align=center;verticalAlign=middle;rounded=0;" value="Save Data" vertex="1">
          <mxGeometry height="30" width="60" x="1490" y="95" as="geometry" />
        </mxCell>
        <mxCell id="_QFFP_39c0ER-aZENGy8-54" parent="1" style="text;html=1;whiteSpace=wrap;strokeColor=none;fillColor=none;align=center;verticalAlign=middle;rounded=0;" value="Confirm save" vertex="1">
          <mxGeometry height="30" width="80" x="1480" y="165" as="geometry" />
        </mxCell>
        <mxCell id="_QFFP_39c0ER-aZENGy8-55" parent="1" style="text;html=1;whiteSpace=wrap;strokeColor=none;fillColor=none;align=center;verticalAlign=middle;rounded=0;" value="Return Response" vertex="1">
          <mxGeometry height="30" width="60" x="1245" y="195" as="geometry" />
        </mxCell>
        <mxCell id="_QFFP_39c0ER-aZENGy8-56" parent="1" style="text;html=1;whiteSpace=wrap;strokeColor=none;fillColor=none;align=center;verticalAlign=middle;rounded=0;" value="Return Succes/Failure" vertex="1">
          <mxGeometry height="30" width="140" x="1000" y="205" as="geometry" />
        </mxCell>
        <mxCell id="_QFFP_39c0ER-aZENGy8-57" edge="1" parent="1" source="_QFFP_39c0ER-aZENGy8-47" style="endArrow=classic;html=1;rounded=0;" target="_QFFP_39c0ER-aZENGy8-37" value="">
          <mxGeometry height="50" relative="1" width="50" as="geometry">
            <Array as="points">
              <mxPoint x="1530" y="135" />
            </Array>
            <mxPoint x="1370" y="175" as="sourcePoint" />
            <mxPoint x="1420" y="125" as="targetPoint" />
          </mxGeometry>
        </mxCell>
        <mxCell id="_QFFP_39c0ER-aZENGy8-58" edge="1" parent="1" source="_QFFP_39c0ER-aZENGy8-37" style="endArrow=classic;html=1;rounded=0;dashed=1;" target="_QFFP_39c0ER-aZENGy8-48" value="">
          <mxGeometry height="50" relative="1" width="50" as="geometry">
            <Array as="points">
              <mxPoint x="1520" y="195" />
            </Array>
            <mxPoint x="1660" y="235" as="sourcePoint" />
            <mxPoint x="1710" y="185" as="targetPoint" />
          </mxGeometry>
        </mxCell>
        <mxCell id="_QFFP_39c0ER-aZENGy8-59" edge="1" parent="1" source="_QFFP_39c0ER-aZENGy8-46" style="endArrow=classic;html=1;rounded=0;dashed=1;" target="_QFFP_39c0ER-aZENGy8-45" value="">
          <mxGeometry height="50" relative="1" width="50" as="geometry">
            <Array as="points">
              <mxPoint x="1280" y="225" />
            </Array>
            <mxPoint x="1360" y="275" as="sourcePoint" />
            <mxPoint x="1410" y="225" as="targetPoint" />
          </mxGeometry>
        </mxCell>
        <mxCell id="_QFFP_39c0ER-aZENGy8-60" edge="1" parent="1" source="_QFFP_39c0ER-aZENGy8-43" style="endArrow=classic;html=1;rounded=0;dashed=1;" target="_QFFP_39c0ER-aZENGy8-36" value="">
          <mxGeometry height="50" relative="1" width="50" as="geometry">
            <Array as="points">
              <mxPoint x="1080" y="235" />
            </Array>
            <mxPoint x="1340" y="345" as="sourcePoint" />
            <mxPoint x="1390" y="295" as="targetPoint" />
          </mxGeometry>
        </mxCell>
        <mxCell id="68ymO_Sjnk0znAFFcrqy-1" parent="1" style="shape=umlLifeline;perimeter=lifelinePerimeter;whiteSpace=wrap;html=1;container=0;dropTarget=0;collapsible=0;recursiveResize=0;outlineConnect=0;portConstraint=eastwest;newEdgeStyle={&quot;edgeStyle&quot;:&quot;elbowEdgeStyle&quot;,&quot;elbow&quot;:&quot;vertical&quot;,&quot;curved&quot;:0,&quot;rounded&quot;:0};" value="User" vertex="1">
-           <mxGeometry height="300" width="100" x="1830" y="55" as="geometry" />
+           <mxGeometry height="505" width="100" x="1830" y="55" as="geometry" />
        </mxCell>
        <mxCell id="DhhXMbWg79UAvs8icK3S-2" parent="68ymO_Sjnk0znAFFcrqy-1" style="html=1;points=[];perimeter=orthogonalPerimeter;outlineConnect=0;targetShapes=umlLifeline;portConstraint=eastwest;newEdgeStyle={&quot;edgeStyle&quot;:&quot;elbowEdgeStyle&quot;,&quot;elbow&quot;:&quot;vertical&quot;,&quot;curved&quot;:0,&quot;rounded&quot;:0};" value="" vertex="1">
-           <mxGeometry height="170" width="10" x="45" y="75" as="geometry" />
+           <mxGeometry height="335" width="10" x="45" y="75" as="geometry" />
        </mxCell>
        <mxCell id="DhhXMbWg79UAvs8icK3S-4" parent="68ymO_Sjnk0znAFFcrqy-1" style="html=1;points=[];perimeter=orthogonalPerimeter;outlineConnect=0;targetShapes=umlLifeline;portConstraint=eastwest;newEdgeStyle={&quot;edgeStyle&quot;:&quot;elbowEdgeStyle&quot;,&quot;elbow&quot;:&quot;vertical&quot;,&quot;curved&quot;:0,&quot;rounded&quot;:0};" value="" vertex="1">
          <mxGeometry height="40" width="10" x="50" y="80" as="geometry" />
        </mxCell>
        <mxCell id="68ymO_Sjnk0znAFFcrqy-5" parent="1" style="shape=umlLifeline;perimeter=lifelinePerimeter;whiteSpace=wrap;html=1;container=0;dropTarget=0;collapsible=0;recursiveResize=0;outlineConnect=0;portConstraint=eastwest;newEdgeStyle={&quot;edgeStyle&quot;:&quot;elbowEdgeStyle&quot;,&quot;elbow&quot;:&quot;vertical&quot;,&quot;curved&quot;:0,&quot;rounded&quot;:0};" value="DataBase" vertex="1">
          <mxGeometry height="300" width="100" x="2540" y="65" as="geometry" />
        </mxCell>
        <mxCell id="68ymO_Sjnk0znAFFcrqy-6" parent="68ymO_Sjnk0znAFFcrqy-5" style="html=1;points=[];perimeter=orthogonalPerimeter;outlineConnect=0;targetShapes=umlLifeline;portConstraint=eastwest;newEdgeStyle={&quot;edgeStyle&quot;:&quot;elbowEdgeStyle&quot;,&quot;elbow&quot;:&quot;vertical&quot;,&quot;curved&quot;:0,&quot;rounded&quot;:0};" value="" vertex="1">
          <mxGeometry height="170" width="10" x="45" y="80" as="geometry" />
        </mxCell>
        <mxCell id="68ymO_Sjnk0znAFFcrqy-9" edge="1" parent="1" source="68ymO_Sjnk0znAFFcrqy-6" style="html=1;verticalAlign=bottom;endArrow=open;dashed=1;endSize=8;edgeStyle=elbowEdgeStyle;elbow=vertical;curved=0;rounded=0;" value="return">
          <mxGeometry relative="1" x="0.3286" as="geometry">
            <mxPoint as="offset" />
            <Array as="points">
              <mxPoint x="1990" y="295" />
            </Array>
            <mxPoint x="1885" y="295" as="targetPoint" />
          </mxGeometry>
        </mxCell>
        <mxCell id="68ymO_Sjnk0znAFFcrqy-10" edge="1" parent="1" source="68ymO_Sjnk0znAFFcrqy-16" style="html=1;verticalAlign=bottom;endArrow=open;dashed=1;endSize=8;edgeStyle=elbowEdgeStyle;elbow=vertical;curved=0;rounded=0;" target="DhhXMbWg79UAvs8icK3S-4" value="user_id">
          <mxGeometry relative="1" x="0.325" as="geometry">
            <mxPoint as="offset" />
            <Array as="points">
              <mxPoint x="2260" y="175" />
            </Array>
            <mxPoint x="2260" y="175" as="sourcePoint" />
            <mxPoint x="1910" y="180" as="targetPoint" />
          </mxGeometry>
        </mxCell>
        <mxCell id="68ymO_Sjnk0znAFFcrqy-11" parent="1" style="shape=umlLifeline;perimeter=lifelinePerimeter;whiteSpace=wrap;html=1;container=0;dropTarget=0;collapsible=0;recursiveResize=0;outlineConnect=0;portConstraint=eastwest;newEdgeStyle={&quot;edgeStyle&quot;:&quot;elbowEdgeStyle&quot;,&quot;elbow&quot;:&quot;vertical&quot;,&quot;curved&quot;:0,&quot;rounded&quot;:0};" value="API" vertex="1">
          <mxGeometry height="300" width="100" x="2050" y="55" as="geometry" />
        </mxCell>
        <mxCell id="68ymO_Sjnk0znAFFcrqy-14" parent="1" style="shape=umlLifeline;perimeter=lifelinePerimeter;whiteSpace=wrap;html=1;container=0;dropTarget=0;collapsible=0;recursiveResize=0;outlineConnect=0;portConstraint=eastwest;newEdgeStyle={&quot;edgeStyle&quot;:&quot;elbowEdgeStyle&quot;,&quot;elbow&quot;:&quot;vertical&quot;,&quot;curved&quot;:0,&quot;rounded&quot;:0};" value="&lt;div&gt;Backend&lt;/div&gt;" vertex="1">
          <mxGeometry height="300" width="100" x="2240" y="55" as="geometry" />
        </mxCell>
        <mxCell id="68ymO_Sjnk0znAFFcrqy-16" parent="68ymO_Sjnk0znAFFcrqy-14" style="html=1;points=[];perimeter=orthogonalPerimeter;outlineConnect=0;targetShapes=umlLifeline;portConstraint=eastwest;newEdgeStyle={&quot;edgeStyle&quot;:&quot;elbowEdgeStyle&quot;,&quot;elbow&quot;:&quot;vertical&quot;,&quot;curved&quot;:0,&quot;rounded&quot;:0};" value="" vertex="1">
          <mxGeometry height="40" width="10" x="45" y="80" as="geometry" />
        </mxCell>
        <mxCell id="68ymO_Sjnk0znAFFcrqy-17" edge="1" parent="1" source="DhhXMbWg79UAvs8icK3S-4" style="html=1;verticalAlign=bottom;startArrow=oval;endArrow=block;startSize=8;edgeStyle=elbowEdgeStyle;elbow=vertical;curved=0;rounded=0;" target="68ymO_Sjnk0znAFFcrqy-16" value="Login">
          <mxGeometry relative="1" as="geometry">
            <Array as="points">
              <mxPoint x="2270" y="140" />
            </Array>
            <mxPoint x="1900" y="140" as="sourcePoint" />
            <mxPoint x="2270" y="140" as="targetPoint" />
          </mxGeometry>
        </mxCell>
        <mxCell id="68ymO_Sjnk0znAFFcrqy-18" parent="1" style="text;html=1;whiteSpace=wrap;strokeColor=none;fillColor=none;align=center;verticalAlign=middle;rounded=0;" value="Register User" vertex="1">
          <mxGeometry height="30" width="100" x="1940" y="105" as="geometry" />
        </mxCell>
        <mxCell id="68ymO_Sjnk0znAFFcrqy-19" parent="1" style="text;html=1;whiteSpace=wrap;strokeColor=none;fillColor=none;align=center;verticalAlign=middle;rounded=0;" value="Validate" vertex="1">
          <mxGeometry height="30" width="60" x="2165" y="105" as="geometry" />
        </mxCell>
        <mxCell id="68ymO_Sjnk0znAFFcrqy-20" parent="1" style="text;html=1;whiteSpace=wrap;strokeColor=none;fillColor=none;align=center;verticalAlign=middle;rounded=0;" value="Process Request" vertex="1">
          <mxGeometry height="30" width="60" x="2150" y="145" as="geometry" />
        </mxCell>
        <mxCell id="68ymO_Sjnk0znAFFcrqy-21" parent="1" style="text;html=1;whiteSpace=wrap;strokeColor=none;fillColor=none;align=center;verticalAlign=middle;rounded=0;" value="Save Data" vertex="1">
          <mxGeometry height="30" width="60" x="2410" y="105" as="geometry" />
        </mxCell>
        <mxCell id="68ymO_Sjnk0znAFFcrqy-22" parent="1" style="text;html=1;whiteSpace=wrap;strokeColor=none;fillColor=none;align=center;verticalAlign=middle;rounded=0;" value="Confirm save" vertex="1">
          <mxGeometry height="30" width="80" x="2400" y="145" as="geometry" />
        </mxCell>
        <mxCell id="68ymO_Sjnk0znAFFcrqy-23" parent="1" style="text;html=1;whiteSpace=wrap;strokeColor=none;fillColor=none;align=center;verticalAlign=middle;rounded=0;" value="Return Response" vertex="1">
          <mxGeometry height="30" width="60" x="2165" y="235" as="geometry" />
        </mxCell>
        <mxCell id="68ymO_Sjnk0znAFFcrqy-24" parent="1" style="text;html=1;whiteSpace=wrap;strokeColor=none;fillColor=none;align=center;verticalAlign=middle;rounded=0;" value="Return Succes/Failure" vertex="1">
          <mxGeometry height="30" width="140" x="1920" y="215" as="geometry" />
        </mxCell>
        <mxCell id="DhhXMbWg79UAvs8icK3S-5" parent="1" style="text;html=1;whiteSpace=wrap;strokeColor=none;fillColor=none;align=center;verticalAlign=middle;rounded=0;" value="Sijin" vertex="1">
          <mxGeometry height="30" width="140" x="2140" y="370" as="geometry" />
        </mxCell>
      </root>
    </mxGraphModel>
  </diagram>
</mxfile>
